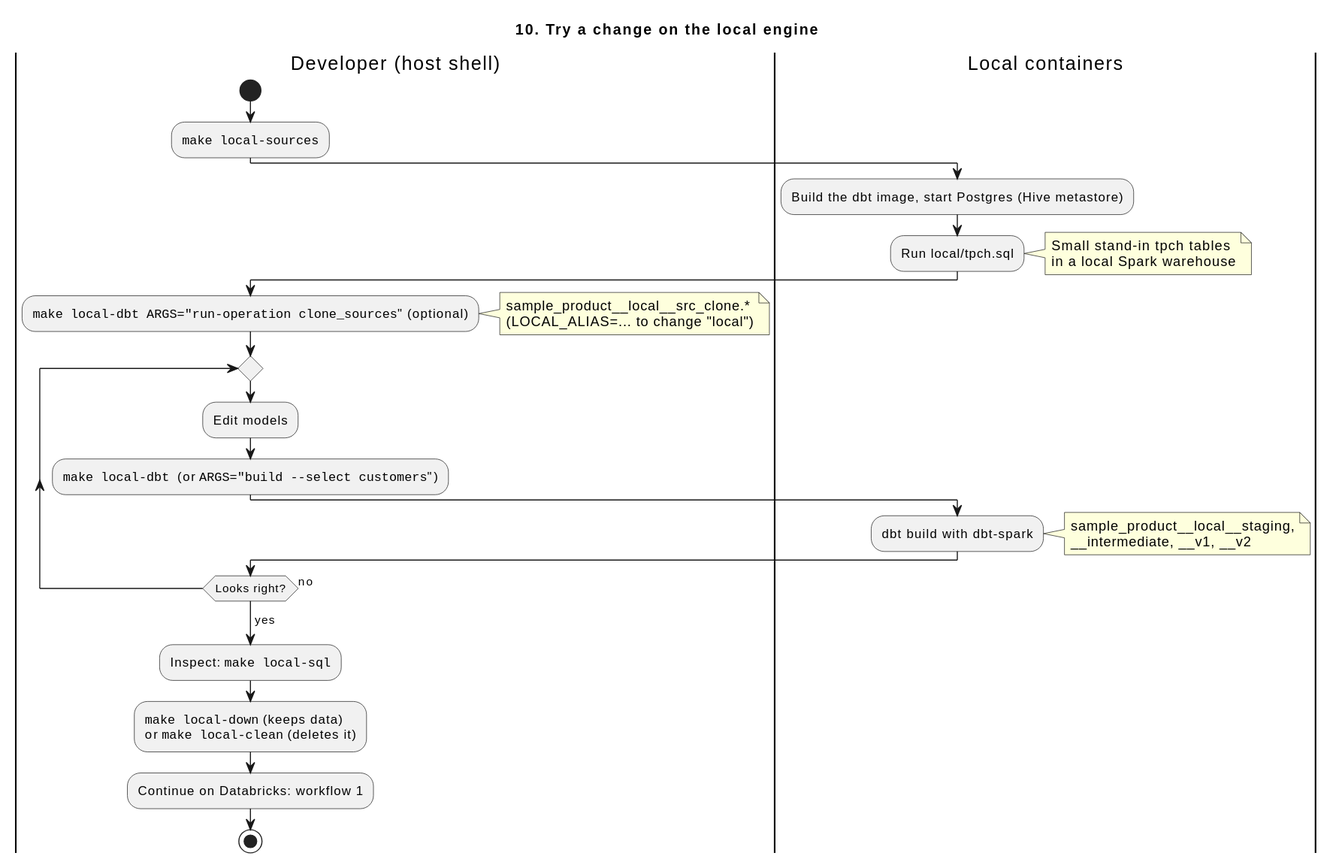
The PlantUML diagram docs/diagrams/workflow-10-local.svg in PeterHenell/dbt-databricks-template, before a commit. Its diagram source:
```plantuml
@startuml
title 10. Try a change on the local engine

|Developer (host shell)|
start
:""make local-sources"";
|Local containers|
:Build the dbt image, start Postgres (Hive metastore);
:Run local/tpch.sql;
note right
  Small stand-in tpch tables
  in a local Spark warehouse
end note
|Developer (host shell)|
:""make local-dbt ARGS="run-operation clone_sources""" (optional);
note right
  sample_product~__local~__src_clone.*
  (LOCAL_ALIAS=... to change "local")
end note
repeat
  :Edit models;
  :""make local-dbt""  (or ""ARGS="build ~--select customers""");
  |Local containers|
  :dbt build with dbt-spark;
  note right
    sample_product~__local~__staging,
    ~__intermediate, ~__v1, ~__v2
  end note
  |Developer (host shell)|
repeat while (Looks right?) is (no)
->yes;
:Inspect: ""make local-sql"";
:""make local-down"" (keeps data)
or ""make local-clean"" (deletes it);
:Continue on Databricks: workflow 1;
stop
@enduml
```
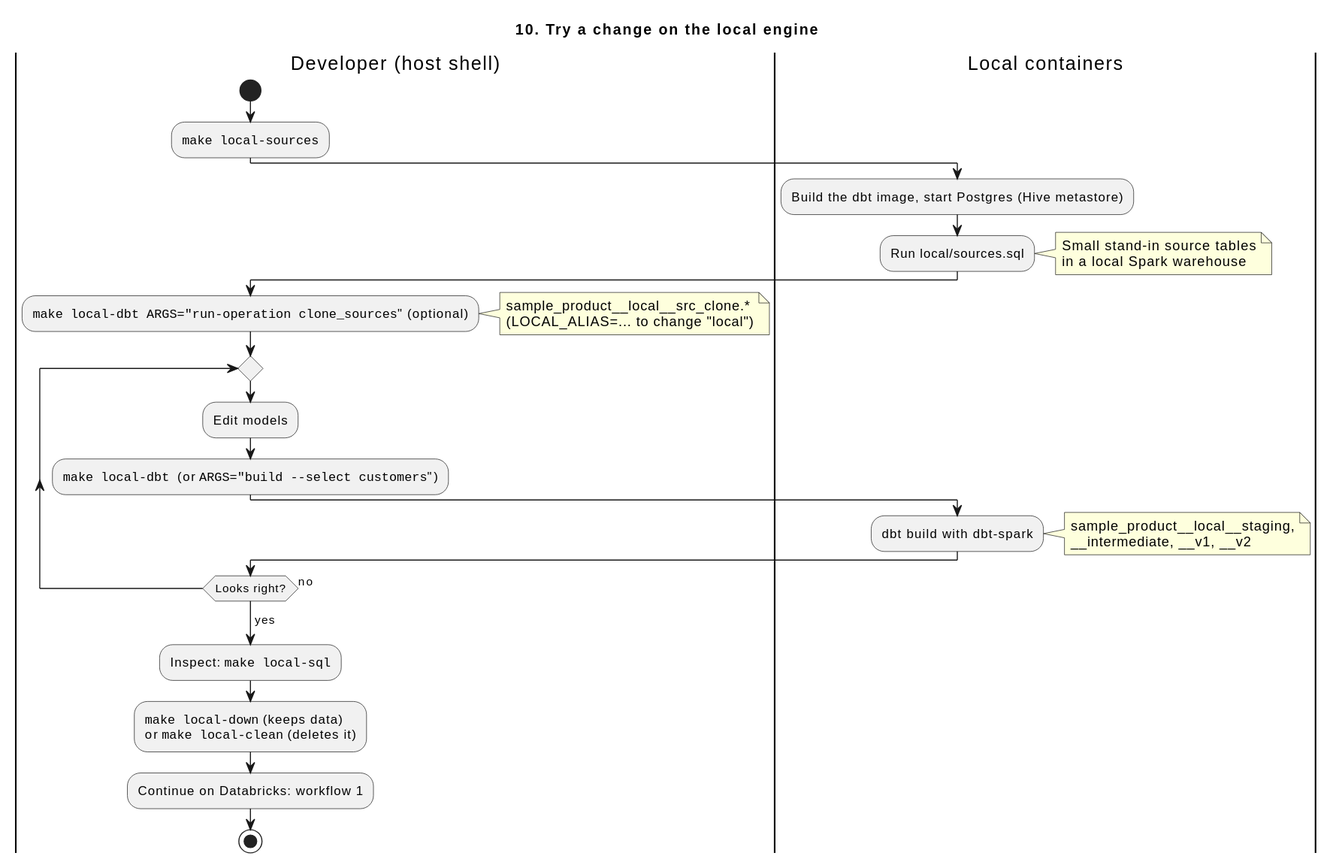
The same diagram one commit later.

Diff of the diagram source:
```diff
@@ -6,9 +6,9 @@
 :""make local-sources"";
 |Local containers|
 :Build the dbt image, start Postgres (Hive metastore);
-:Run local/tpch.sql;
+:Run local/sources.sql;
 note right
-  Small stand-in tpch tables
+  Small stand-in source tables
   in a local Spark warehouse
 end note
 |Developer (host shell)|
```
